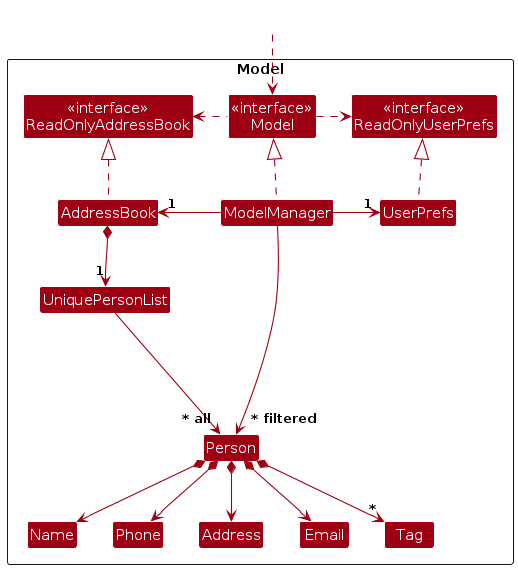
Above: diagrams/ModelClassDiagram.png in AY2627S1-CS2103T-T11-4/tp (PlantUML), before the change. Its source is kept beside it as diagrams/ModelClassDiagram.puml.
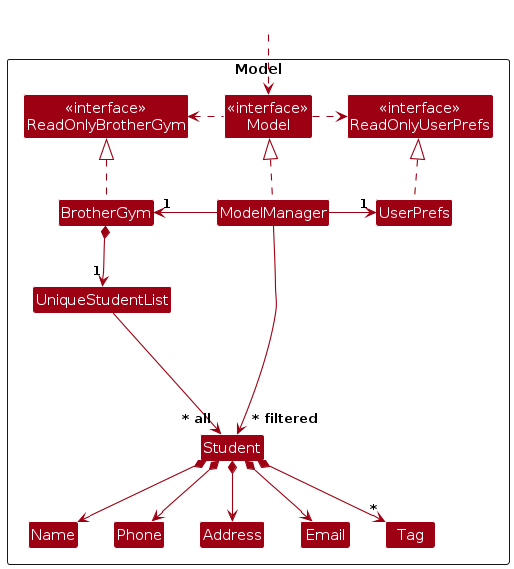
The same file after the commit.

Change to the diagram source:
```diff
@@ -5,15 +5,15 @@
 skinparam classBackgroundColor MODEL_COLOR
 
 Package Model as ModelPackage <<Rectangle>>{
-Class "<<interface>>\nReadOnlyAddressBook" as ReadOnlyAddressBook
+Class "<<interface>>\nReadOnlyBrotherGym" as ReadOnlyBrotherGym
 Class "<<interface>>\nReadOnlyUserPrefs" as ReadOnlyUserPrefs
 Class "<<interface>>\nModel" as Model
-Class AddressBook
+Class BrotherGym
 Class ModelManager
 Class UserPrefs
 
-Class UniquePersonList
-Class Person
+Class UniqueStudentList
+Class Student
 Class Address
 Class Email
 Class Name
@@ -26,29 +26,29 @@
 Class HiddenOutside #FFFFFF
 HiddenOutside ..> Model
 
-AddressBook .up.|> ReadOnlyAddressBook
+BrotherGym .up.|> ReadOnlyBrotherGym
 
 ModelManager .up.|> Model
 Model .right.> ReadOnlyUserPrefs
-Model .left.> ReadOnlyAddressBook
-ModelManager -left-> "1" AddressBook
+Model .left.> ReadOnlyBrotherGym
+ModelManager -left-> "1" BrotherGym
 ModelManager -right-> "1" UserPrefs
 UserPrefs .up.|> ReadOnlyUserPrefs
 
-AddressBook *--> "1" UniquePersonList
-UniquePersonList --> "~* all" Person
-Person *--> Name
-Person *--> Phone
-Person *--> Email
-Person *--> Address
-Person *--> "*" Tag
+BrotherGym *--> "1" UniqueStudentList
+UniqueStudentList --> "~* all" Student
+Student *--> Name
+Student *--> Phone
+Student *--> Email
+Student *--> Address
+Student *--> "*" Tag
 
-Person -[hidden]up--> I
-UniquePersonList -[hidden]right-> I
+Student -[hidden]up--> I
+UniqueStudentList -[hidden]right-> I
 
 Name -[hidden]right-> Phone
 Phone -[hidden]right-> Address
 Address -[hidden]right-> Email
 
-ModelManager --> "~* filtered" Person
+ModelManager --> "~* filtered" Student
 @enduml
```
